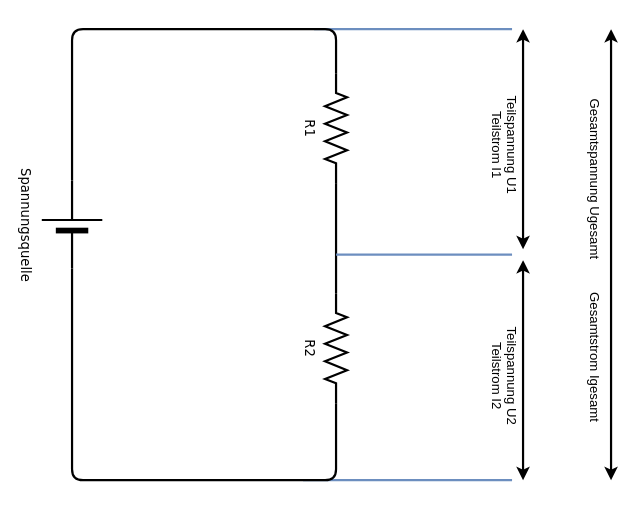
Earlier version of the draw.io diagram 2-hardwaredesign/img/spannungsteiler.drawio (DennisSchulmeister/dhbwka-wwi-iottech-folien). Source tidied: cells renumbered, new cells numbered last; positions are measured from the earlier drawing's top-left corner, leaving out a move shared by most shapes. Both pictures are drawn from the tidied source at 110%, with x=0, y=0 at pixel (28, 29).
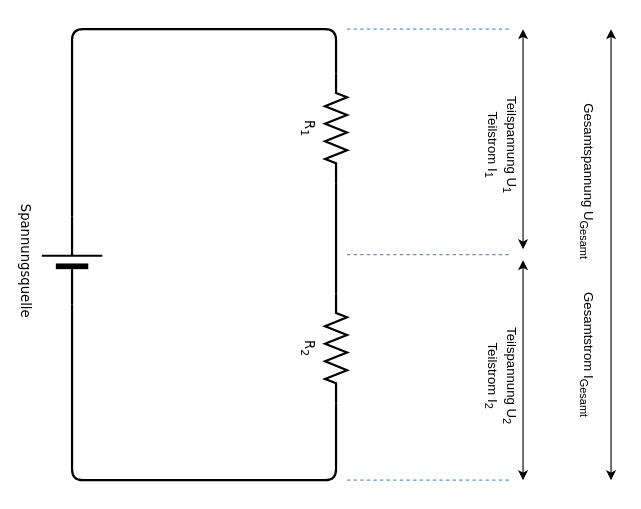
The same diagram, later.

Diff of the diagram source:
```diff
@@
+    <mxCell id="10" style="endArrow=none;html=1;strokeColor=#6c8ebf;strokeWidth=1;fillColor=#dae8fc;dashed=1;" parent="1" edge="1">
+      <mxGeometry relative="1" as="geometry">
+        <mxPoint x="290" y="205" as="sourcePoint" />
+        <mxPoint x="440" y="205" as="targetPoint" />
+      </mxGeometry>
+    </mxCell>
-    <mxCell id="2" style="endArrow=none;html=1;strokeColor=#6c8ebf;strokeWidth=2;fillColor=#dae8fc;" parent="1" edge="1">
+    <mxCell id="2" style="endArrow=none;html=1;strokeColor=#6c8ebf;strokeWidth=1;fillColor=#dae8fc;dashed=1;" parent="1" edge="1">
       <mxGeometry relative="1" as="geometry">
-        <mxPoint x="250" y="410" as="sourcePoint" />
+        <mxPoint x="290" y="410" as="sourcePoint" />
         <mxPoint x="440" y="410" as="targetPoint" />
       </mxGeometry>
     </mxCell>
-    <mxCell id="3" style="endArrow=none;html=1;strokeColor=#6c8ebf;strokeWidth=2;fillColor=#dae8fc;" parent="1" edge="1">
+    <mxCell id="3" style="endArrow=none;html=1;strokeColor=#6c8ebf;strokeWidth=1;fillColor=#dae8fc;dashed=1;" parent="1" edge="1">
       <mxGeometry relative="1" as="geometry">
-        <mxPoint x="260" as="sourcePoint" />
+        <mxPoint x="290" as="sourcePoint" />
         <mxPoint x="440" as="targetPoint" />
       </mxGeometry>
     </mxCell>
-    <mxCell id="4" value="R1" style="verticalLabelPosition=bottom;shadow=0;dashed=0;align=center;fillColor=#ffffff;html=1;verticalAlign=top;strokeWidth=2;shape=mxgraph.electrical.resistors.resistor_2;rounded=1;comic=0;labelBackgroundColor=none;fontFamily=Verdana;fontSize=12;fontColor=#000000;rotation=90;" parent="1" vertex="1">
+    <mxCell id="4" value="R&lt;sub&gt;1&lt;/sub&gt;" style="verticalLabelPosition=bottom;shadow=0;dashed=0;align=center;fillColor=#ffffff;html=1;verticalAlign=top;strokeWidth=2;shape=mxgraph.electrical.resistors.resistor_2;rounded=1;comic=0;labelBackgroundColor=none;fontFamily=Verdana;fontSize=12;fontColor=#000000;rotation=90;" parent="1" vertex="1">
       <mxGeometry x="230" y="80" width="100" height="20" as="geometry" />
     </mxCell>
-    <mxCell id="5" value="R2" style="verticalLabelPosition=bottom;shadow=0;dashed=0;align=center;fillColor=#ffffff;html=1;verticalAlign=top;strokeWidth=2;shape=mxgraph.electrical.resistors.resistor_2;rounded=1;comic=0;labelBackgroundColor=none;fontFamily=Verdana;fontSize=12;fontColor=#000000;rotation=90;" parent="1" vertex="1">
+    <mxCell id="5" value="R&lt;sub&gt;2&lt;/sub&gt;" style="verticalLabelPosition=bottom;shadow=0;dashed=0;align=center;fillColor=#ffffff;html=1;verticalAlign=top;strokeWidth=2;shape=mxgraph.electrical.resistors.resistor_2;rounded=1;comic=0;labelBackgroundColor=none;fontFamily=Verdana;fontSize=12;fontColor=#000000;rotation=90;" parent="1" vertex="1">
       <mxGeometry x="230" y="280" width="100" height="20" as="geometry" />
     </mxCell>
     <mxCell id="6" value="Spannungsquelle" style="verticalLabelPosition=bottom;shadow=0;dashed=0;align=center;fillColor=#000000;strokeColor=#000000;html=1;verticalAlign=top;strokeWidth=2;shape=mxgraph.electrical.miscellaneous.monocell_battery;rounded=1;comic=0;labelBackgroundColor=none;fontFamily=Verdana;fontSize=12;fontColor=#000000;flipH=1;rotation=90;" parent="1" vertex="1">
-      <mxGeometry y="150" width="80" height="55" as="geometry" />
+      <mxGeometry y="182.5" width="80" height="55" as="geometry" />
     </mxCell>
@@
-    <mxCell id="10" style="endArrow=none;html=1;strokeColor=#6c8ebf;strokeWidth=2;fillColor=#dae8fc;" parent="1" edge="1">
-      <mxGeometry relative="1" as="geometry">
-        <mxPoint x="280" y="205" as="sourcePoint" />
-        <mxPoint x="440" y="205" as="targetPoint" />
-      </mxGeometry>
-    </mxCell>
-    <mxCell id="11" style="endArrow=classic;startArrow=classic;html=1;strokeWidth=2;" parent="1" edge="1">
+    <mxCell id="11" style="endArrow=classic;startArrow=classic;html=1;strokeWidth=1;" parent="1" edge="1">
       <mxGeometry relative="1" as="geometry">
         <mxPoint x="450" y="200" as="sourcePoint" />
         <mxPoint x="450" as="targetPoint" />
       </mxGeometry>
     </mxCell>
-    <mxCell id="12" style="endArrow=classic;startArrow=classic;html=1;strokeWidth=2;" parent="1" edge="1">
+    <mxCell id="12" style="endArrow=classic;startArrow=classic;html=1;strokeWidth=1;" parent="1" edge="1">
       <mxGeometry relative="1" as="geometry">
         <mxPoint x="450" y="410" as="sourcePoint" />
         <mxPoint x="450" y="210" as="targetPoint" />
       </mxGeometry>
     </mxCell>
-    <mxCell id="13" style="endArrow=classic;startArrow=classic;html=1;strokeWidth=2;" parent="1" edge="1">
+    <mxCell id="13" style="endArrow=classic;startArrow=classic;html=1;strokeWidth=1;" parent="1" edge="1">
       <mxGeometry relative="1" as="geometry">
         <mxPoint x="530" y="410" as="sourcePoint" />
         <mxPoint x="530" as="targetPoint" />
       </mxGeometry>
     </mxCell>
-    <mxCell id="14" value="&lt;div&gt;Teilspannung U1&lt;/div&gt;&lt;div&gt;Teilstrom I1&lt;br&gt;&lt;/div&gt;" style="text;html=1;align=center;verticalAlign=top;spacingTop=-4;rotation=90;" parent="1" vertex="1">
+    <mxCell id="14" value="&lt;div&gt;Teilspannung U&lt;sub&gt;1&lt;/sub&gt;&lt;/div&gt;&lt;div&gt;Teilstrom I&lt;sub&gt;1&lt;/sub&gt;&lt;br&gt;&lt;/div&gt;" style="text;html=1;align=center;verticalAlign=top;spacingTop=-4;rotation=90;" parent="1" vertex="1">
       <mxGeometry x="380" y="90" width="110" height="30" as="geometry" />
     </mxCell>
-    <mxCell id="15" value="&lt;div&gt;Teilspannung U2&lt;/div&gt;&lt;div&gt;Teilstrom I2&lt;br&gt;&lt;/div&gt;" style="text;html=1;align=center;verticalAlign=top;spacingTop=-4;rotation=90;" parent="1" vertex="1">
+    <mxCell id="15" value="&lt;div&gt;Teilspannung U&lt;sub&gt;2&lt;/sub&gt;&lt;/div&gt;&lt;div&gt;Teilstrom I&lt;sub&gt;2&lt;/sub&gt;&lt;br&gt;&lt;/div&gt;" style="text;html=1;align=center;verticalAlign=top;spacingTop=-4;rotation=90;" parent="1" vertex="1">
       <mxGeometry x="380" y="300" width="110" height="30" as="geometry" />
     </mxCell>
-    <mxCell id="16" value="Gesamtspannung Ugesamt &amp;nbsp;&amp;nbsp;&amp;nbsp;&amp;nbsp;&amp;nbsp;&amp;nbsp;&amp;nbsp; Gesamtstrom Igesamt" style="text;html=1;align=center;verticalAlign=top;spacingTop=-4;rotation=90;" parent="1" vertex="1">
-      <mxGeometry x="360" y="200" width="310" height="20" as="geometry" />
+    <mxCell id="16" value="Gesamtspannung U&lt;sub&gt;Gesamt&lt;/sub&gt; &amp;nbsp;&amp;nbsp;&amp;nbsp;&amp;nbsp;&amp;nbsp;&amp;nbsp;&amp;nbsp; Gesamtstrom I&lt;sub&gt;Gesamt&lt;/sub&gt;" style="text;html=1;align=center;verticalAlign=top;spacingTop=-4;rotation=90;" parent="1" vertex="1">
+      <mxGeometry x="360" y="200" width="300" height="20" as="geometry" />
     </mxCell>
```
